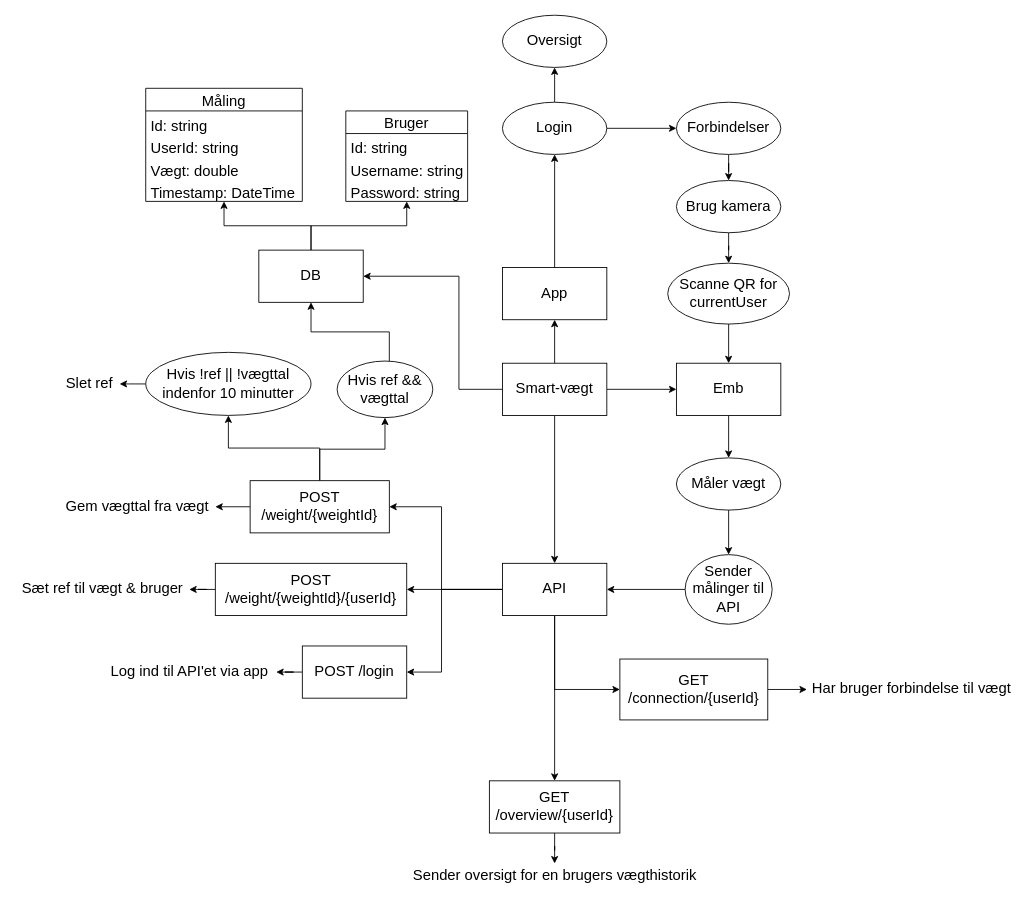
The draw.io diagram Hovedforløb 5/Tværfagligt Projekt/References/Smartvægt.drawio in DanielSimonsen90/Education, before the edit. Source tidied: cells renumbered, new cells numbered last; positions are measured from the earlier drawing's top-left corner, leaving out a move shared by most shapes. Both pictures are drawn from the tidied source at 87%, with x=0, y=0 at pixel (15, 15).
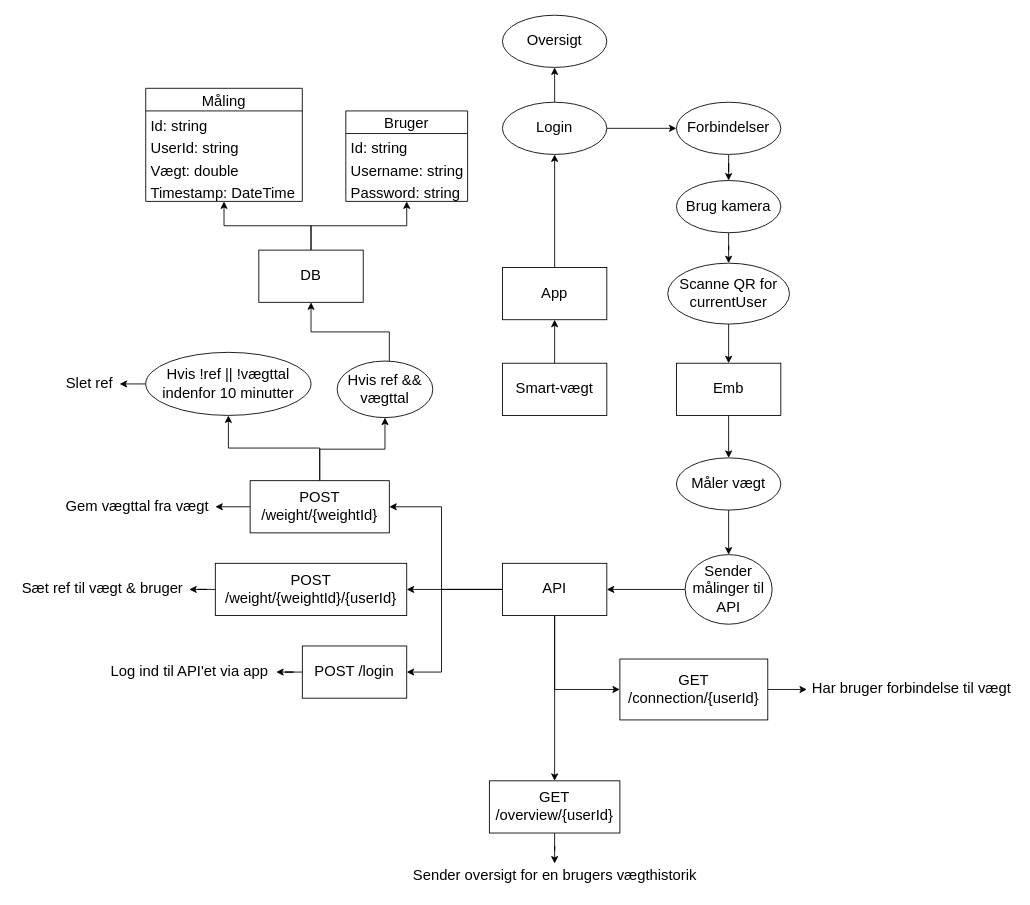
Above is the later version.

The change refers to these unchanged cells:
```xml
<mxCell id="6" value="&lt;font style=&quot;font-size: 17px&quot;&gt;Smart-vægt&lt;/font&gt;" style="whiteSpace=wrap;html=1;" parent="1" vertex="1">
  <mxGeometry x="560" y="400" width="120" height="60" as="geometry" />
</mxCell>
<mxCell id="14" value="API" style="whiteSpace=wrap;html=1;fontSize=17;" parent="1" vertex="1">
  <mxGeometry x="560" y="630" width="120" height="60" as="geometry" />
</mxCell>
<mxCell id="17" value="DB" style="whiteSpace=wrap;html=1;fontSize=17;" parent="1" vertex="1">
  <mxGeometry x="280" y="270" width="120" height="60" as="geometry" />
</mxCell>
<mxCell id="19" value="Emb" style="whiteSpace=wrap;html=1;fontSize=17;" parent="1" vertex="1">
  <mxGeometry x="760" y="400" width="120" height="60" as="geometry" />
</mxCell>
```

What changed in the source:
```diff
@@
-    <mxCell id="3" style="edgeStyle=orthogonalEdgeStyle;rounded=0;jettySize=auto;html=1;fontSize=17;" parent="1" edge="1" source="6" target="19">
-      <mxGeometry relative="1" as="geometry" />
-    </mxCell>
-    <mxCell id="4" style="edgeStyle=orthogonalEdgeStyle;rounded=0;jettySize=auto;html=1;fontSize=17;entryX=0.5;entryY=0;entryDx=0;entryDy=0;" parent="1" edge="1" source="6" target="14">
-      <mxGeometry relative="1" as="geometry" />
-    </mxCell>
-    <mxCell id="5" style="edgeStyle=orthogonalEdgeStyle;rounded=0;jettySize=auto;html=1;fontSize=17;exitX=0;exitY=0.5;exitDx=0;exitDy=0;entryX=1;entryY=0.5;entryDx=0;entryDy=0;" parent="1" edge="1" source="6" target="17">
-      <mxGeometry relative="1" as="geometry">
-        <Array as="points">
-          <mxPoint x="510" y="430" />
-          <mxPoint x="510" y="300" />
-        </Array>
-      </mxGeometry>
-    </mxCell>
```
